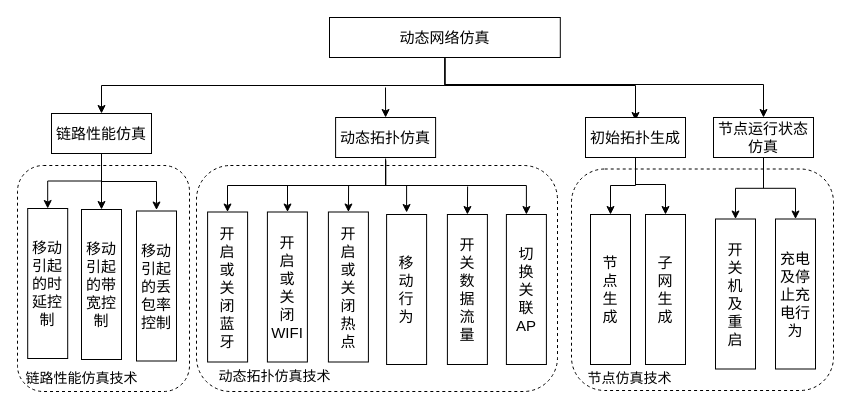
Earlier version of the draw.io diagram page "动态网络仿真需求" (7 of 12) of 网络控制技术_流程图.drawio (Icarus1994/neutron_conf). Source tidied: cells renumbered, new cells numbered last; positions are measured from the earlier drawing's top-left corner, leaving out a move shared by most shapes. Both pictures are drawn from the tidied source at 100%, with x=0, y=0 at pixel (17, 17).
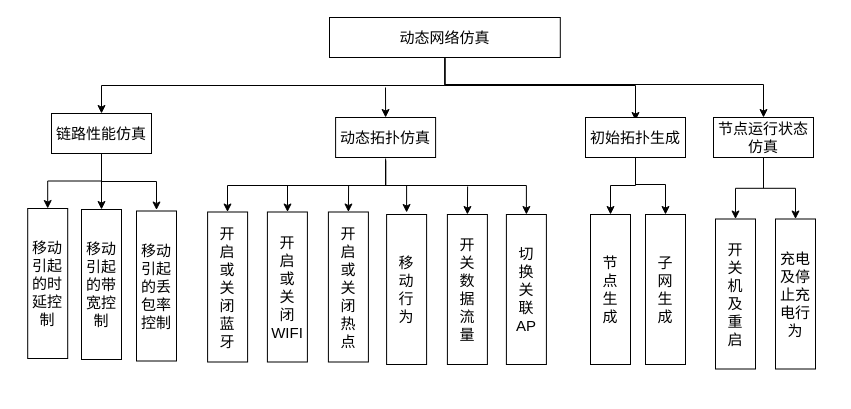
The same page after the edit.

What changed in the source:
```diff
@@
-    <mxCell id="2" style="rounded=1;whiteSpace=wrap;html=1;dashed=1;" parent="1" vertex="1">
-      <mxGeometry x="179" y="148" width="361" height="226" as="geometry" />
-    </mxCell>
-    <mxCell id="3" style="rounded=1;whiteSpace=wrap;html=1;dashed=1;" parent="1" vertex="1">
-      <mxGeometry y="148" width="172" height="226" as="geometry" />
-    </mxCell>
-    <mxCell id="4" style="rounded=1;whiteSpace=wrap;html=1;dashed=1;" parent="1" vertex="1">
-      <mxGeometry x="554" y="151.5" width="262" height="221.5" as="geometry" />
-    </mxCell>
@@
-    <mxCell id="32" value="&lt;font style=&quot;font-size: 14px&quot;&gt;节点仿真技术&lt;/font&gt;" style="text;html=1;align=center;verticalAlign=middle;" parent="1" vertex="1">
-      <mxGeometry x="565" y="351.5" width="94" height="19" as="geometry" />
-    </mxCell>
@@
-    <mxCell id="35" value="&lt;font style=&quot;font-size: 14px&quot;&gt;链路性能仿真技术&lt;/font&gt;" style="text;html=1;align=center;verticalAlign=middle;" parent="1" vertex="1">
-      <mxGeometry x="3" y="351.5" width="122" height="19" as="geometry" />
-    </mxCell>
@@
-    <mxCell id="42" value="&lt;font style=&quot;font-size: 14px&quot;&gt;动态拓扑仿真技术&lt;/font&gt;" style="text;html=1;align=center;verticalAlign=middle;" parent="1" vertex="1">
-      <mxGeometry x="196.1" y="349.5" width="122" height="19" as="geometry" />
-    </mxCell>
```
